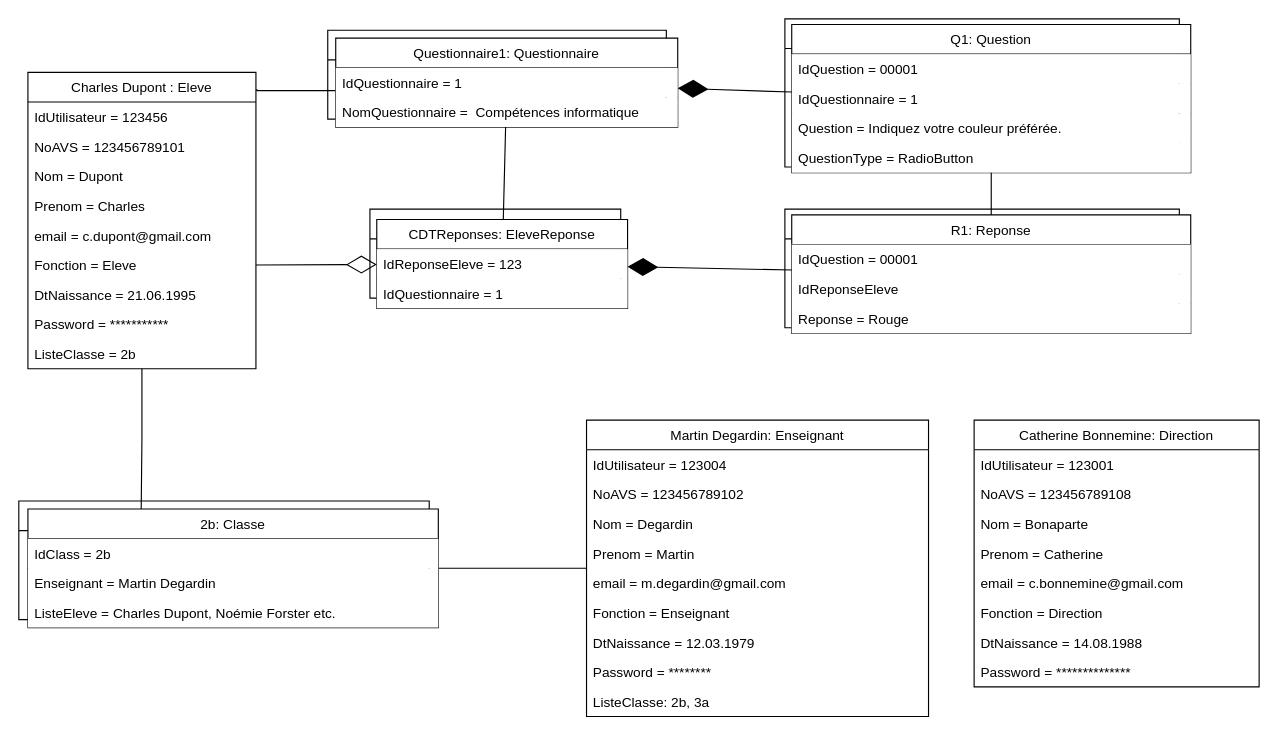
The draw.io diagram ObjectDiagramEleve.drawio in Devetik/Diagrammes, before the edit. Source tidied: cells renumbered, new cells numbered last; positions are measured from the earlier drawing's top-left corner, leaving out a move shared by most shapes. Both pictures are drawn from the tidied source at 114%, with x=0, y=0 at pixel (18, 18).
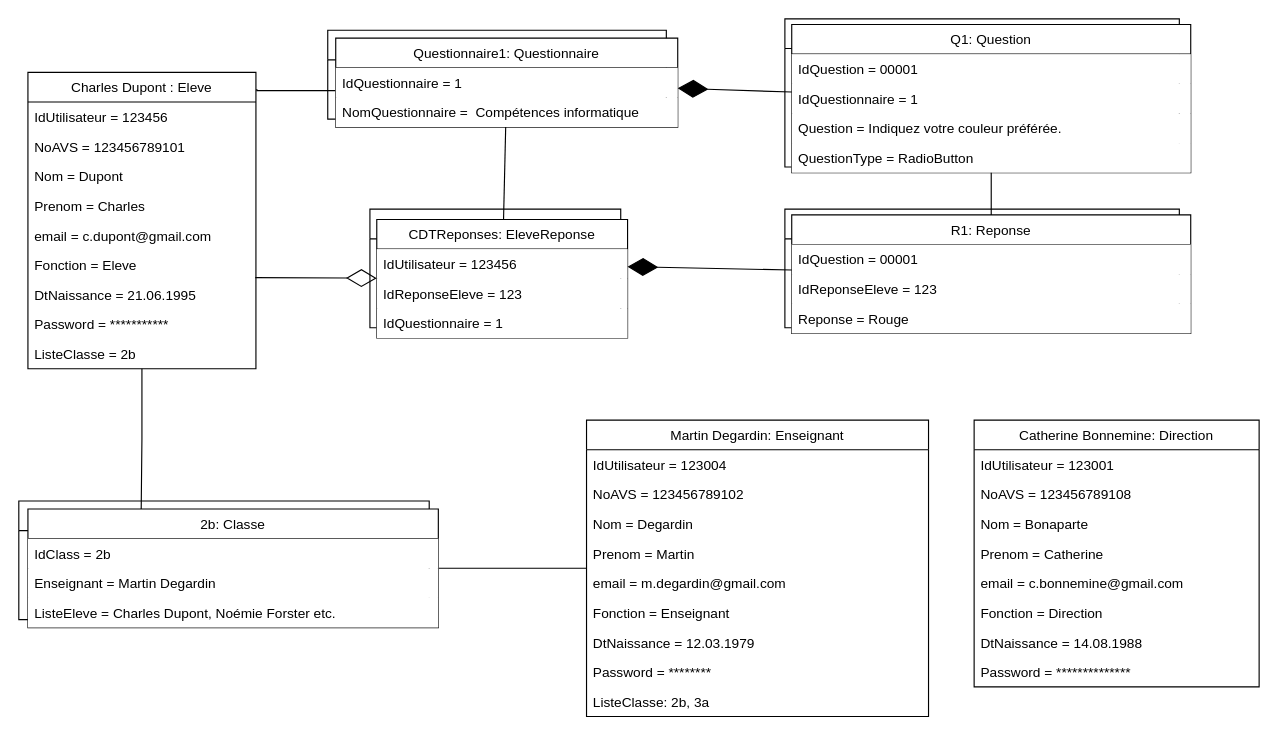
After the change.

Unchanged cells that the change refers to:
```xml
<mxCell id="25" value="Fonction = Eleve" style="text;strokeColor=none;fillColor=none;align=left;verticalAlign=top;spacingLeft=4;spacingRight=4;overflow=hidden;points=[[0,0.5],[1,0.5]];portConstraint=eastwest;" parent="19" vertex="1">
  <mxGeometry y="156" width="200" height="26" as="geometry" />
</mxCell>
<mxCell id="72" value="R1: Reponse" style="swimlane;fontStyle=0;horizontal=1;startSize=26;fillColor=default;" parent="1" vertex="1">
  <mxGeometry x="678" y="172" width="350" height="104" as="geometry" />
</mxCell>
```

Change to the diagram source:
```diff
@@
     <mxCell id="14" style="swimlane;fontStyle=0;horizontal=1;startSize=26;fillColor=none;" parent="1" vertex="1">
-      <mxGeometry x="308" y="167" width="220" height="78" as="geometry" />
+      <mxGeometry x="308" y="167" width="220" height="104" as="geometry" />
     </mxCell>
@@
+    <mxCell id="77" style="text;strokeColor=none;fillColor=none;align=left;verticalAlign=top;spacingLeft=4;spacingRight=4;overflow=hidden;" parent="14" vertex="1">
+      <mxGeometry y="78" width="220" height="26" as="geometry" />
+    </mxCell>
@@
     <mxCell id="62" value="CDTReponses: EleveReponse" style="swimlane;fontStyle=0;horizontal=1;startSize=26;fillColor=default;gradientColor=none;" parent="1" vertex="1">
-      <mxGeometry x="314" y="176" width="220" height="78" as="geometry" />
+      <mxGeometry x="314" y="176" width="220" height="104" as="geometry" />
     </mxCell>
+    <mxCell id="78" value="IdUtilisateur = 123456" style="text;strokeColor=none;fillColor=default;align=left;verticalAlign=top;spacingLeft=4;spacingRight=4;overflow=hidden;" parent="62" vertex="1">
+      <mxGeometry y="26" width="220" height="26" as="geometry" />
+    </mxCell>
     <mxCell id="63" value="IdReponseEleve = 123" style="text;strokeColor=none;fillColor=default;align=left;verticalAlign=top;spacingLeft=4;spacingRight=4;overflow=hidden;" parent="62" vertex="1">
-      <mxGeometry y="26" width="220" height="26" as="geometry" />
+      <mxGeometry y="52" width="220" height="26" as="geometry" />
     </mxCell>
     <mxCell id="64" value="IdQuestionnaire = 1" style="text;strokeColor=none;fillColor=default;align=left;verticalAlign=top;spacingLeft=4;spacingRight=4;overflow=hidden;" parent="62" vertex="1">
-      <mxGeometry y="52" width="220" height="26" as="geometry" />
+      <mxGeometry y="78" width="220" height="26" as="geometry" />
     </mxCell>
@@
-    <mxCell id="66" style="endArrow=diamondThin;endFill=0;endSize=24;html=1;rounded=0;exitX=1;exitY=0.5;exitDx=0;exitDy=0;" parent="1" edge="1" source="25" target="62">
+    <mxCell id="66" style="endArrow=diamondThin;endFill=0;endSize=24;html=1;rounded=0;exitX=0.997;exitY=0.923;exitDx=0;exitDy=0;exitPerimeter=0;" parent="1" edge="1" source="25" target="62">
       <mxGeometry relative="1" as="geometry" />
     </mxCell>
@@
-    <mxCell id="74" value="IdReponseEleve" style="text;strokeColor=none;fillColor=default;align=left;verticalAlign=top;spacingLeft=4;spacingRight=4;overflow=hidden;" parent="72" vertex="1">
+    <mxCell id="74" value="IdReponseEleve = 123" style="text;strokeColor=none;fillColor=default;align=left;verticalAlign=top;spacingLeft=4;spacingRight=4;overflow=hidden;" parent="72" vertex="1">
       <mxGeometry y="52" width="350" height="26" as="geometry" />
     </mxCell>
```
